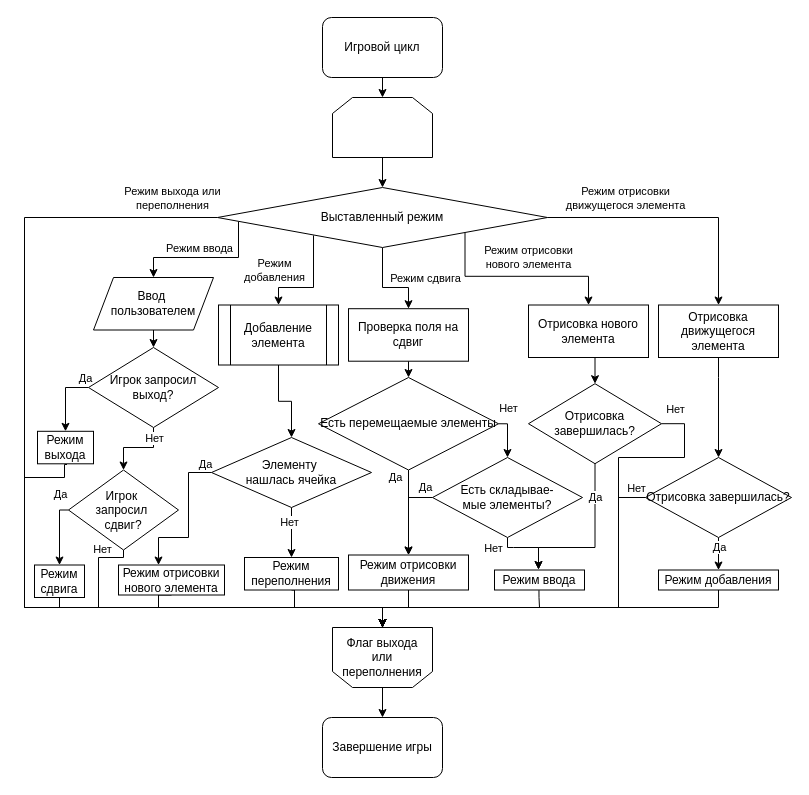
The draw.io diagram report/Игровой цикл.drawio in zhigunovsemyon/2048, before the edit. Source tidied: cells renumbered, new cells numbered last; positions are measured from the earlier drawing's top-left corner, leaving out a move shared by most shapes. Both pictures are drawn from the tidied source at 100%, with x=0, y=0 at pixel (24, 17).
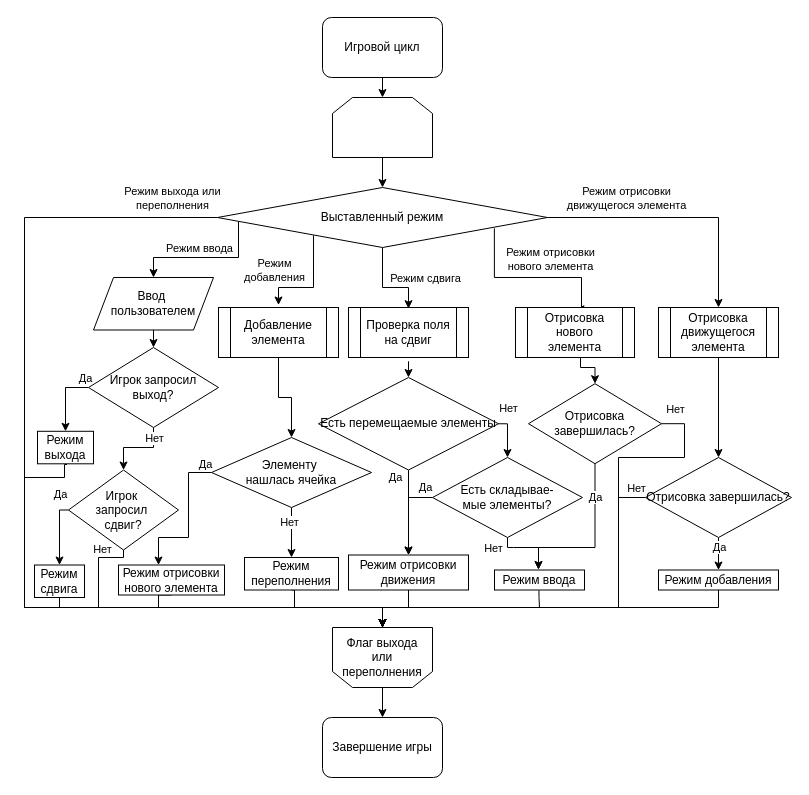
The same page after the edit.

Commit message (it also covers changes not shown here):
Опять переделал блок-схему игрового цикла

Unchanged cells that the change refers to:
```xml
<mxCell id="16" value="Выставленный режим" style="rhombus;whiteSpace=wrap;html=1;" parent="1" vertex="1">
  <mxGeometry x="193" y="170" width="330" height="60" as="geometry" />
</mxCell>
<mxCell id="44" value="Отрисовка завершилась?" style="rhombus;whiteSpace=wrap;html=1;" parent="1" vertex="1">
  <mxGeometry x="621" y="440" width="146" height="80" as="geometry" />
</mxCell>
<mxCell id="48" value="Отрисовка завершилась?" style="rhombus;whiteSpace=wrap;html=1;" parent="1" vertex="1">
  <mxGeometry x="504" y="366.2" width="133" height="80" as="geometry" />
</mxCell>
<mxCell id="62" value="Есть перемещаемые элементы" style="rhombus;whiteSpace=wrap;html=1;" parent="1" vertex="1">
  <mxGeometry x="294" y="360" width="180" height="92.5" as="geometry" />
</mxCell>
```

The edit, as a diff of the source:
```diff
@@
-    <mxCell id="10" style="edgeStyle=orthogonalEdgeStyle;rounded=0;jettySize=auto;html=1;exitX=1;exitY=0.5;exitDx=0;exitDy=0;" parent="1" edge="1" source="16" target="20">
+    <mxCell id="10" style="edgeStyle=orthogonalEdgeStyle;rounded=0;jettySize=auto;html=1;exitX=1;exitY=0.5;exitDx=0;exitDy=0;entryX=0.5;entryY=0;entryDx=0;entryDy=0;" parent="1" edge="1" source="16" target="20">
       <mxGeometry relative="1" as="geometry" />
     </mxCell>
@@
-    <mxCell id="12" style="edgeStyle=orthogonalEdgeStyle;rounded=0;jettySize=auto;html=1;exitX=1;exitY=1;exitDx=0;exitDy=0;entryX=0.5;entryY=0;entryDx=0;entryDy=0;" parent="1" edge="1" source="16" target="46">
-      <mxGeometry relative="1" as="geometry" />
+    <mxCell id="12" style="edgeStyle=orthogonalEdgeStyle;rounded=0;jettySize=auto;html=1;exitX=0.839;exitY=0.68;exitDx=0;exitDy=0;entryX=0.508;entryY=0.033;entryDx=0;entryDy=0;entryPerimeter=0;exitPerimeter=0;" parent="1" edge="1" source="16" target="46">
+      <mxGeometry relative="1" as="geometry">
+        <Array as="points">
+          <mxPoint x="470" y="260" />
+          <mxPoint x="557" y="260" />
+        </Array>
+      </mxGeometry>
     </mxCell>
     <mxCell id="13" value="&lt;div&gt;Режим отрисовки&lt;/div&gt;&lt;div&gt;нового элемента&lt;/div&gt;" style="edgeLabel;html=1;align=center;verticalAlign=middle;" parent="12" vertex="1">
       <mxGeometry x="0.13" y="2" relative="1" as="geometry">
-        <mxPoint x="-4" y="-17" as="offset" />
+        <mxPoint x="7" y="-17" as="offset" />
       </mxGeometry>
     </mxCell>
-    <mxCell id="14" style="edgeStyle=orthogonalEdgeStyle;rounded=0;jettySize=auto;html=1;exitX=0.5;exitY=1;exitDx=0;exitDy=0;" parent="1" edge="1" source="16" target="56">
+    <mxCell id="14" style="edgeStyle=orthogonalEdgeStyle;rounded=0;jettySize=auto;html=1;exitX=0.5;exitY=1;exitDx=0;exitDy=0;" parent="1" edge="1" source="16">
       <mxGeometry relative="1" as="geometry">
+        <mxPoint x="384" y="291.2" as="targetPoint" />
         <Array as="points">
           <mxPoint x="358" y="270" />
           <mxPoint x="384" y="270" />
         </Array>
       </mxGeometry>
     </mxCell>
@@
     <mxCell id="19" style="edgeStyle=orthogonalEdgeStyle;rounded=0;jettySize=auto;html=1;exitX=0.5;exitY=1;exitDx=0;exitDy=0;entryX=0.5;entryY=0;entryDx=0;entryDy=0;" parent="1" edge="1" source="20" target="44">
-      <mxGeometry relative="1" as="geometry">
-        <Array as="points">
-          <mxPoint x="694" y="360" />
-          <mxPoint x="694" y="360" />
-        </Array>
-      </mxGeometry>
+      <mxGeometry relative="1" as="geometry" />
     </mxCell>
-    <mxCell id="20" value="Отрисовка движущегося элемента" style="rounded=0;whiteSpace=wrap;html=1;" parent="1" vertex="1">
-      <mxGeometry x="634" y="287.5" width="120" height="52.5" as="geometry" />
-    </mxCell>
@@
     <mxCell id="34" value="Добавление элемента" style="shape=process;whiteSpace=wrap;html=1;backgroundOutline=1;" parent="1" vertex="1">
-      <mxGeometry x="194" y="287.5" width="120" height="60" as="geometry" />
+      <mxGeometry x="194" y="290" width="120" height="50" as="geometry" />
     </mxCell>
@@
     <mxCell id="45" style="edgeStyle=orthogonalEdgeStyle;rounded=0;jettySize=auto;html=1;exitX=0.5;exitY=1;exitDx=0;exitDy=0;entryX=0.5;entryY=0;entryDx=0;entryDy=0;" parent="1" edge="1" source="46" target="48">
       <mxGeometry relative="1" as="geometry">
         <Array as="points">
-          <mxPoint x="571" y="340" />
-          <mxPoint x="571" y="366" />
+          <mxPoint x="556" y="350" />
+          <mxPoint x="571" y="350" />
         </Array>
       </mxGeometry>
     </mxCell>
-    <mxCell id="46" value="Отрисовка нового элемента" style="rounded=0;whiteSpace=wrap;html=1;" parent="1" vertex="1">
-      <mxGeometry x="504" y="287.5" width="120" height="52.5" as="geometry" />
-    </mxCell>
@@
-    <mxCell id="55" style="edgeStyle=orthogonalEdgeStyle;rounded=0;jettySize=auto;html=1;exitX=0.5;exitY=1;exitDx=0;exitDy=0;entryX=0.5;entryY=0;entryDx=0;entryDy=0;" parent="1" edge="1" source="56" target="62">
-      <mxGeometry relative="1" as="geometry" />
+    <mxCell id="55" style="edgeStyle=orthogonalEdgeStyle;rounded=0;jettySize=auto;html=1;exitX=0.5;exitY=1;exitDx=0;exitDy=0;entryX=0.5;entryY=0;entryDx=0;entryDy=0;" parent="1" edge="1" target="62">
+      <mxGeometry relative="1" as="geometry">
+        <mxPoint x="384" y="343.8" as="sourcePoint" />
+      </mxGeometry>
     </mxCell>
-    <mxCell id="56" value="Проверка поля на сдвиг" style="rounded=0;whiteSpace=wrap;html=1;" parent="1" vertex="1">
-      <mxGeometry x="324" y="291.2" width="120" height="52.5" as="geometry" />
-    </mxCell>
@@
+    <mxCell id="56" value="Проверка поля на сдвиг" style="shape=process;whiteSpace=wrap;html=1;backgroundOutline=1;" parent="1" vertex="1">
+      <mxGeometry x="324" y="290" width="120" height="50" as="geometry" />
+    </mxCell>
+    <mxCell id="46" value="Отрисовка нового элемента" style="shape=process;whiteSpace=wrap;html=1;backgroundOutline=1;" parent="1" vertex="1">
+      <mxGeometry x="491" y="290" width="119" height="50" as="geometry" />
+    </mxCell>
+    <mxCell id="20" value="Отрисовка движущегося элемента" style="shape=process;whiteSpace=wrap;html=1;backgroundOutline=1;" parent="1" vertex="1">
+      <mxGeometry x="634" y="290" width="120" height="50" as="geometry" />
+    </mxCell>
```
